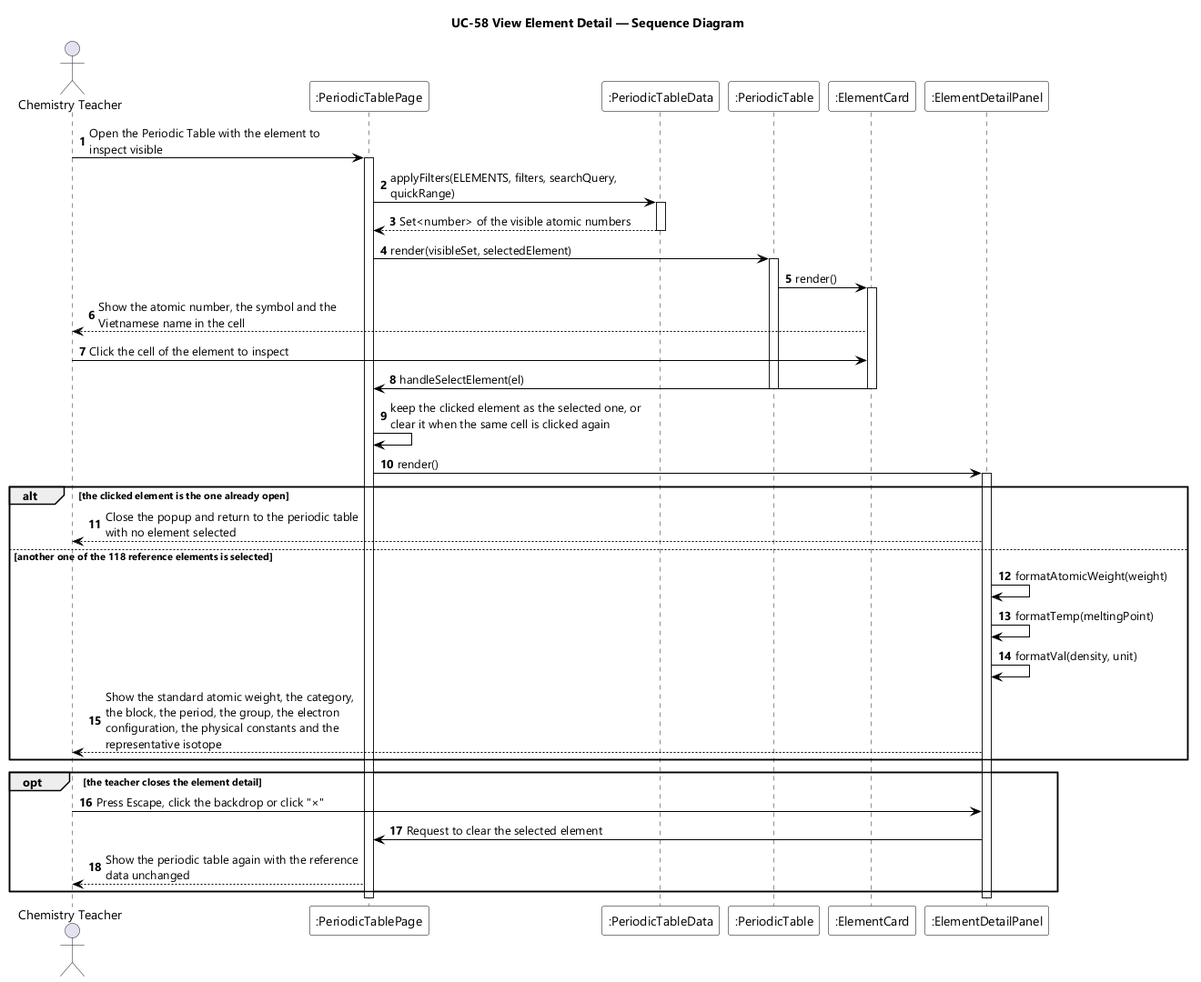
This is designs/sds-diagrams/uc58/uc58-sequence-diagram.png from EduA-system/EduA-system, a PlantUML export, as it was before one commit.
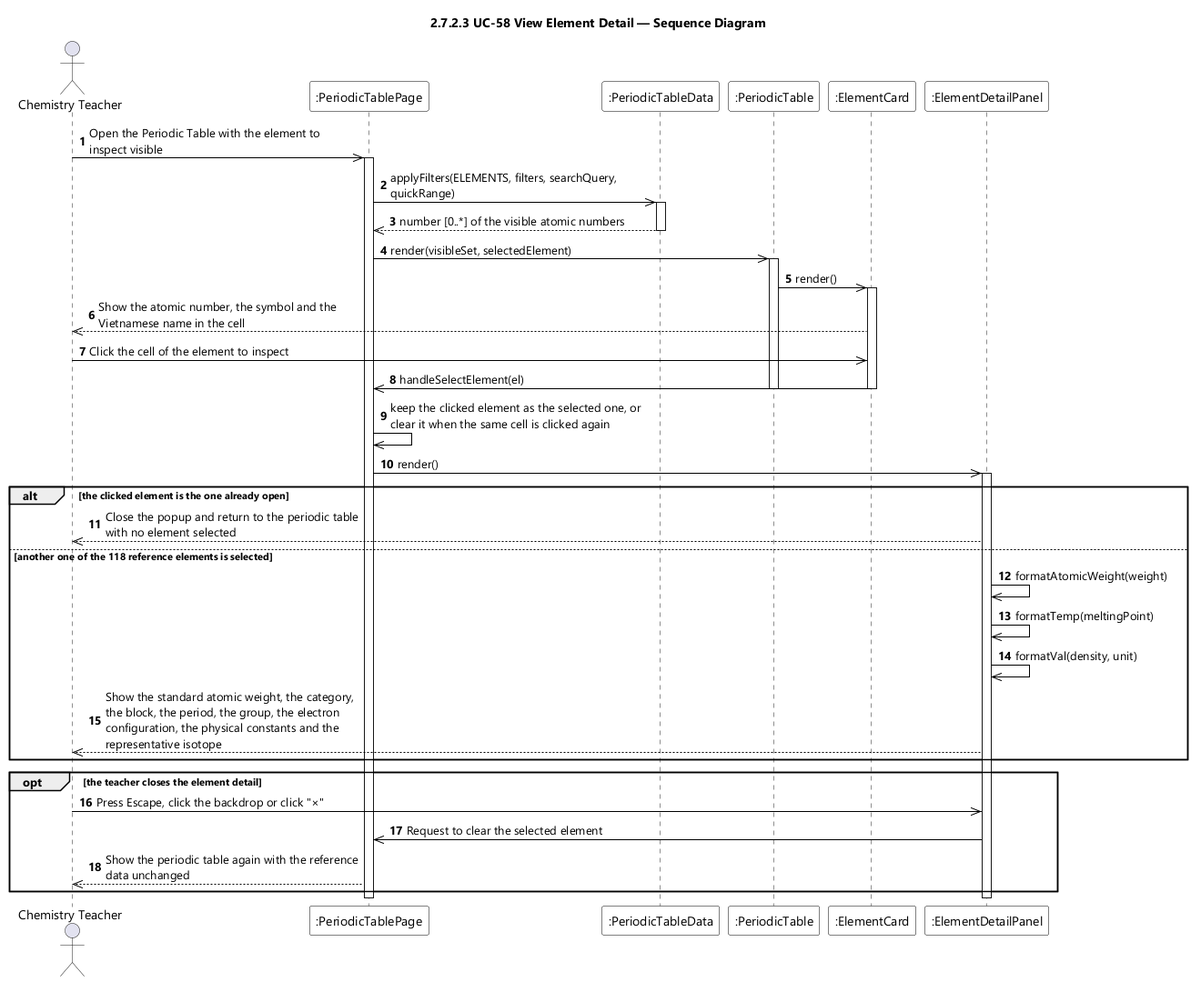
Later version of the same file.

The edit, as a diff of the source:
```diff
@@ -7,7 +7,7 @@
 skinparam ArrowColor #000000
 skinparam sequenceMessageAlign left
 skinparam maxMessageSize 280
-title UC-58 View Element Detail — Sequence Diagram
+title 2.7.2.3 UC-58 View Element Detail — Sequence Diagram
 
 actor "Chemistry Teacher" as Teacher
 participant ":PeriodicTablePage" as PAGE
@@ -17,39 +17,39 @@
 participant ":ElementDetailPanel" as PANEL
 
 autonumber
-Teacher -> PAGE : Open the Periodic Table with the element to inspect visible
+Teacher ->> PAGE : Open the Periodic Table with the element to inspect visible
 activate PAGE
-PAGE -> DATA : applyFilters(ELEMENTS, filters, searchQuery, quickRange)
+PAGE ->> DATA : applyFilters(ELEMENTS, filters, searchQuery, quickRange)
 activate DATA
-DATA --> PAGE : Set<number> of the visible atomic numbers
+DATA -->> PAGE : number [0..*] of the visible atomic numbers
 deactivate DATA
-PAGE -> GRID : render(visibleSet, selectedElement)
+PAGE ->> GRID : render(visibleSet, selectedElement)
 activate GRID
-GRID -> CARD : render()
+GRID ->> CARD : render()
 activate CARD
-CARD --> Teacher : Show the atomic number, the symbol and the Vietnamese name in the cell
+CARD -->> Teacher : Show the atomic number, the symbol and the Vietnamese name in the cell
 
-Teacher -> CARD : Click the cell of the element to inspect
-CARD -> PAGE : handleSelectElement(el)
+Teacher ->> CARD : Click the cell of the element to inspect
+CARD ->> PAGE : handleSelectElement(el)
 deactivate CARD
 deactivate GRID
-PAGE -> PAGE : keep the clicked element as the selected one, or clear it when the same cell is clicked again
-PAGE -> PANEL : render()
+PAGE ->> PAGE : keep the clicked element as the selected one, or clear it when the same cell is clicked again
+PAGE ->> PANEL : render()
 activate PANEL
 
 alt the clicked element is the one already open
-  PANEL --> Teacher : Close the popup and return to the periodic table with no element selected
+  PANEL -->> Teacher : Close the popup and return to the periodic table with no element selected
 else another one of the 118 reference elements is selected
-  PANEL -> PANEL : formatAtomicWeight(weight)
-  PANEL -> PANEL : formatTemp(meltingPoint)
-  PANEL -> PANEL : formatVal(density, unit)
-  PANEL --> Teacher : Show the standard atomic weight, the category, the block, the period, the group, the electron configuration, the physical constants and the representative isotope
+  PANEL ->> PANEL : formatAtomicWeight(weight)
+  PANEL ->> PANEL : formatTemp(meltingPoint)
+  PANEL ->> PANEL : formatVal(density, unit)
+  PANEL -->> Teacher : Show the standard atomic weight, the category, the block, the period, the group, the electron configuration, the physical constants and the representative isotope
 end
 
 opt the teacher closes the element detail
-  Teacher -> PANEL : Press Escape, click the backdrop or click "×"
-  PANEL -> PAGE : Request to clear the selected element
-  PAGE --> Teacher : Show the periodic table again with the reference data unchanged
+  Teacher ->> PANEL : Press Escape, click the backdrop or click "×"
+  PANEL ->> PAGE : Request to clear the selected element
+  PAGE -->> Teacher : Show the periodic table again with the reference data unchanged
 end
 deactivate PANEL
 deactivate PAGE
```
